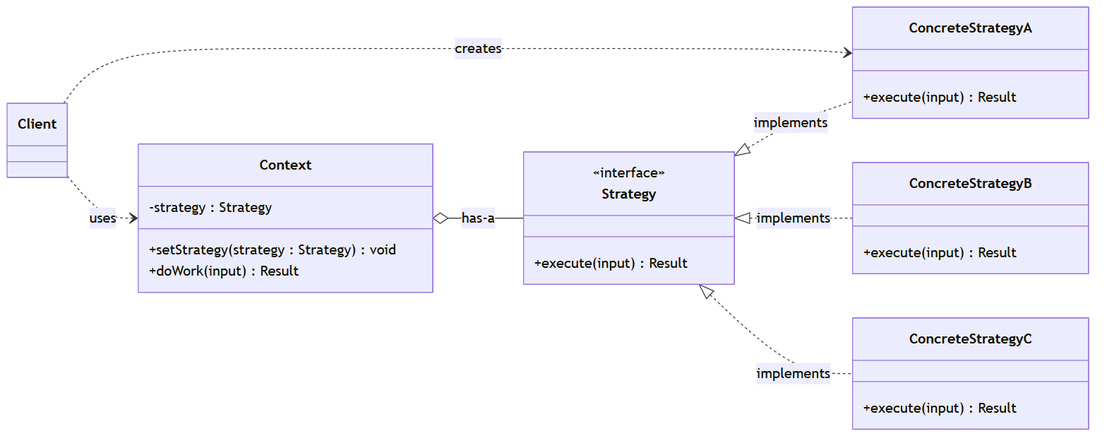
Earlier version of the Mermaid export docs/diagrams/strategy-generic-class.png (enok/design-pattern-strategy). Its source is kept beside it as docs/diagrams/strategy-generic-class.mmd. The source it was exported from:
```mermaid
classDiagram
    direction LR
    class Client
    class Context {
        -strategy : Strategy
        +setStrategy(strategy : Strategy) void
        +doWork(input) Result
    }
    class Strategy {
        <<interface>>
        +execute(input) Result
    }
    class ConcreteStrategyA {
        +execute(input) Result
    }
    class ConcreteStrategyB {
        +execute(input) Result
    }
    class ConcreteStrategyC {
        +execute(input) Result
    }
    Client ..> Context : uses
    Client ..> ConcreteStrategyA : creates
    Context o-- Strategy : has-a
    Strategy <|.. ConcreteStrategyA : implements
    Strategy <|.. ConcreteStrategyB : implements
    Strategy <|.. ConcreteStrategyC : implements
```
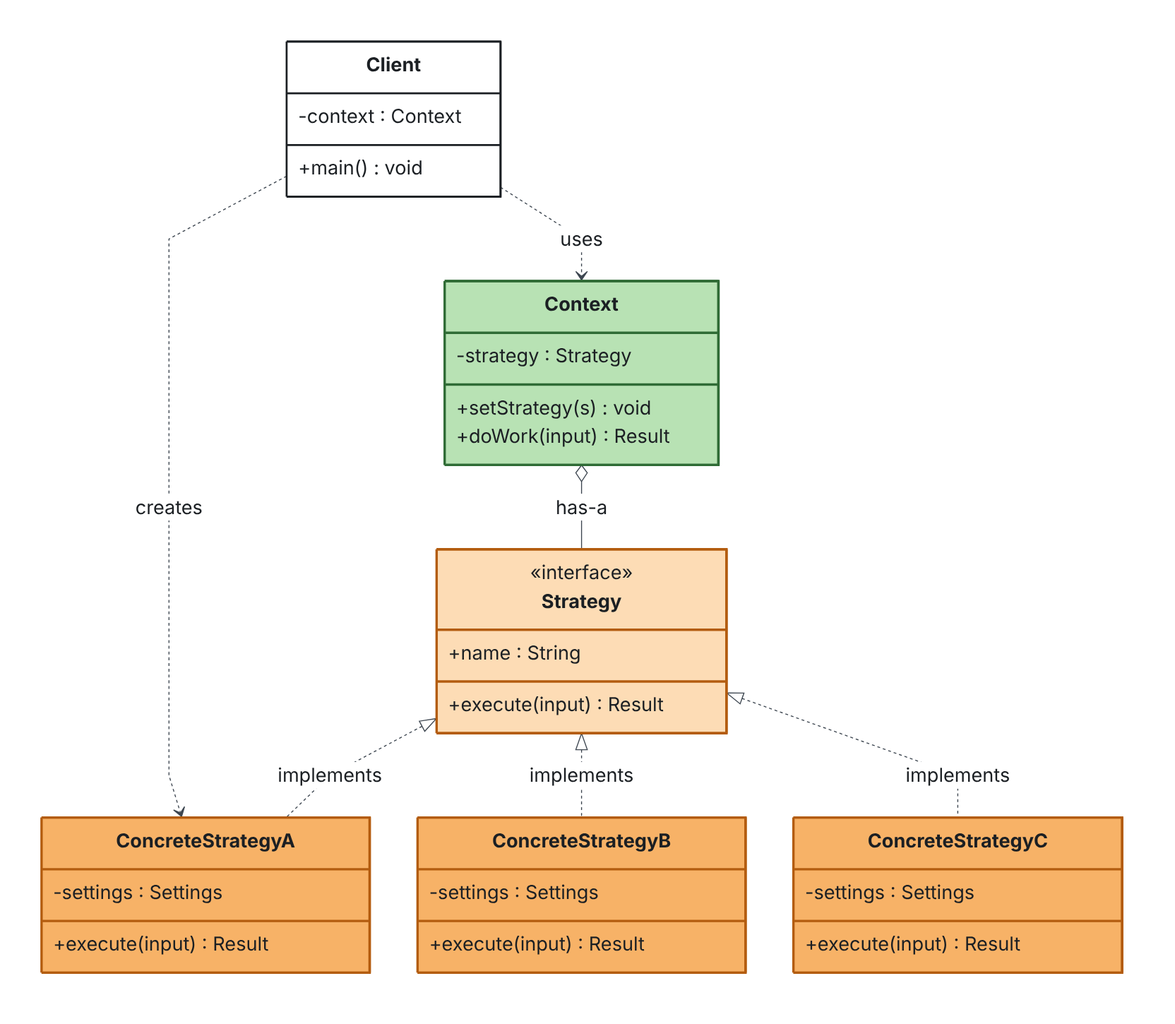
Above is the later version.

What changed in the source:
```diff
@@ -1,22 +1,30 @@
+%%{init: {"theme": "base", "themeVariables": {"fontFamily": "Arial, Helvetica, sans-serif", "fontSize": "20px", "background": "#FFFFFF", "primaryColor": "#FFFFFF", "primaryBorderColor": "#1B1F23", "primaryTextColor": "#1B1F23", "secondaryColor": "#FDDCB5", "tertiaryColor": "#F5F7FA", "lineColor": "#3D4650", "textColor": "#1B1F23", "mainBkg": "#FFFFFF", "nodeBorder": "#1B1F23", "clusterBkg": "#F5F7FA", "clusterBorder": "#9AA5B1", "edgeLabelBackground": "#FFFFFF", "noteBkgColor": "#FFF6D6", "noteBorderColor": "#B8860B", "noteTextColor": "#1B1F23", "actorBkg": "#B8E2B4", "actorBorder": "#2F6B35", "actorTextColor": "#1B1F23", "actorLineColor": "#7A8794", "signalColor": "#3D4650", "signalTextColor": "#1B1F23", "labelBoxBkgColor": "#F5F7FA", "labelBoxBorderColor": "#7A8794", "labelTextColor": "#1B1F23", "loopTextColor": "#1B1F23", "activationBkgColor": "#DDEFDB", "activationBorderColor": "#2F6B35", "sequenceNumberColor": "#FFFFFF", "classText": "#1B1F23"}, "flowchart": {"curve": "linear", "nodeSpacing": 50, "rankSpacing": 60, "padding": 16, "htmlLabels": false}, "sequence": {"actorMargin": 50, "messageMargin": 38, "boxMargin": 10, "noteMargin": 10, "mirrorActors": false, "useMaxWidth": false}, "class": {"padding": 12, "htmlLabels": false}, "fontFamily": "Arial, Helvetica, sans-serif"}}%%
 classDiagram
-    direction LR
-    class Client
+    direction TB
+    class Client {
+        -context : Context
+        +main() void
+    }
     class Context {
         -strategy : Strategy
-        +setStrategy(strategy : Strategy) void
+        +setStrategy(s) void
         +doWork(input) Result
     }
     class Strategy {
         <<interface>>
+        +name : String
         +execute(input) Result
     }
     class ConcreteStrategyA {
+        -settings : Settings
         +execute(input) Result
     }
     class ConcreteStrategyB {
+        -settings : Settings
         +execute(input) Result
     }
     class ConcreteStrategyC {
+        -settings : Settings
         +execute(input) Result
     }
     Client ..> Context : uses
@@ -25,3 +33,9 @@
     Strategy <|.. ConcreteStrategyA : implements
     Strategy <|.. ConcreteStrategyB : implements
     Strategy <|.. ConcreteStrategyC : implements
+    style Client fill:#FFFFFF,stroke:#1B1F23,stroke-width:2px
+    style Context fill:#B8E2B4,stroke:#2F6B35,stroke-width:2.5px
+    style Strategy fill:#FDDCB5,stroke:#B35C0F,stroke-width:2.5px
+    style ConcreteStrategyA fill:#F7B267,stroke:#B35C0F,stroke-width:2.5px
+    style ConcreteStrategyB fill:#F7B267,stroke:#B35C0F,stroke-width:2.5px
+    style ConcreteStrategyC fill:#F7B267,stroke:#B35C0F,stroke-width:2.5px
```
